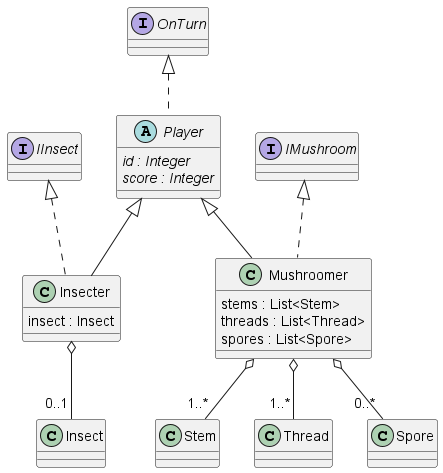
Petya-G/fungorium keeps this PlantUML diagram as out/4/classes/player/player.png. Above is the earlier version. Its diagram source:
```plantuml
@startuml player

abstract class Player implements OnTurn{
    {abstract} id : Integer
    {abstract} score : Integer
}

Insecter o-- "0..1" Insect
class Insecter extends Player implements IInsect{
    insect : Insect
}

Mushroomer o-- "1..*" Stem
Mushroomer o-- "1..*" Thread
Mushroomer o-- "0..*" Spore
class Mushroomer extends Player implements IMushroom{
    stems : List<Stem>
    threads : List<Thread>
    spores : List<Spore>
}

@enduml
```
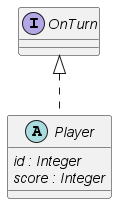
After the commit.

Change to the diagram source:
```diff
@@ -5,18 +5,4 @@
     {abstract} score : Integer
 }
 
-Insecter o-- "0..1" Insect
-class Insecter extends Player implements IInsect{
-    insect : Insect
-}
-
-Mushroomer o-- "1..*" Stem
-Mushroomer o-- "1..*" Thread
-Mushroomer o-- "0..*" Spore
-class Mushroomer extends Player implements IMushroom{
-    stems : List<Stem>
-    threads : List<Thread>
-    spores : List<Spore>
-}
-
 @enduml
```
